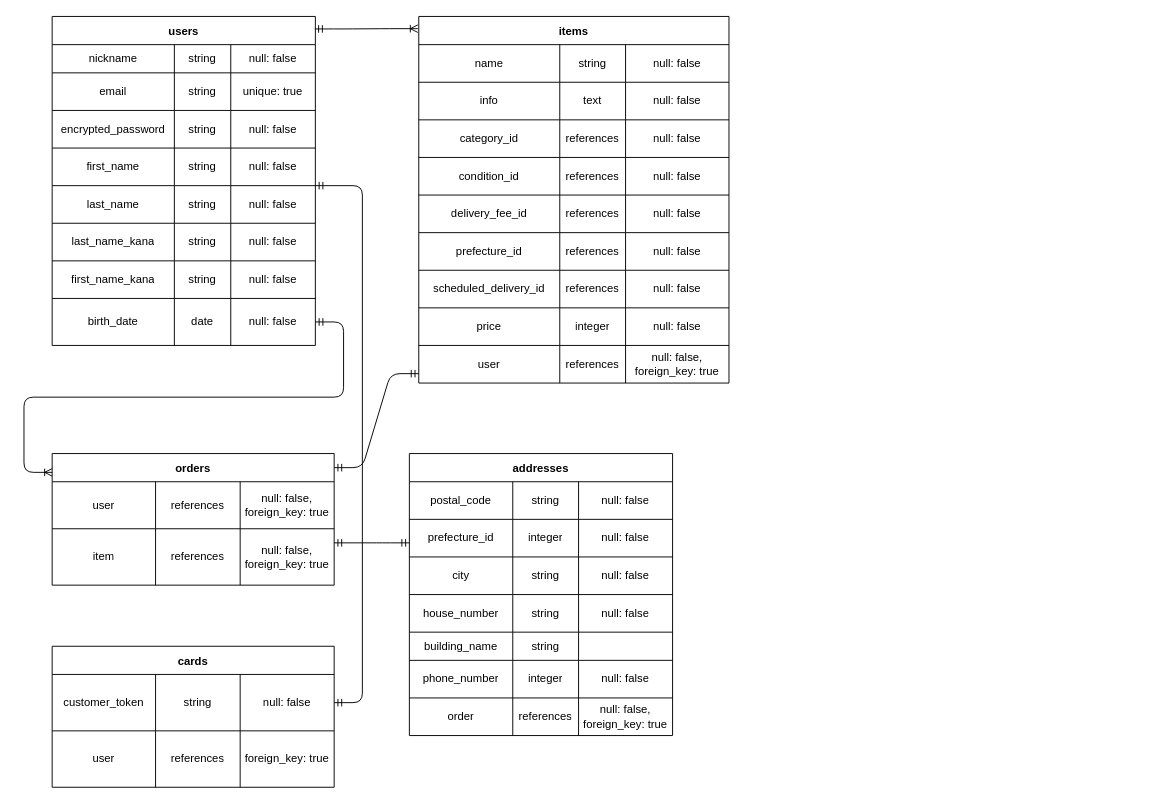
This is furima.dio from shunpikun/furima-36852, a draw.io file, before an edit. Source tidied: cells renumbered, new cells numbered last; positions are measured from the earlier drawing's top-left corner, leaving out a move shared by most shapes. Both pictures are drawn from the tidied source at 94%, with x=0, y=0 at pixel (52, 16).
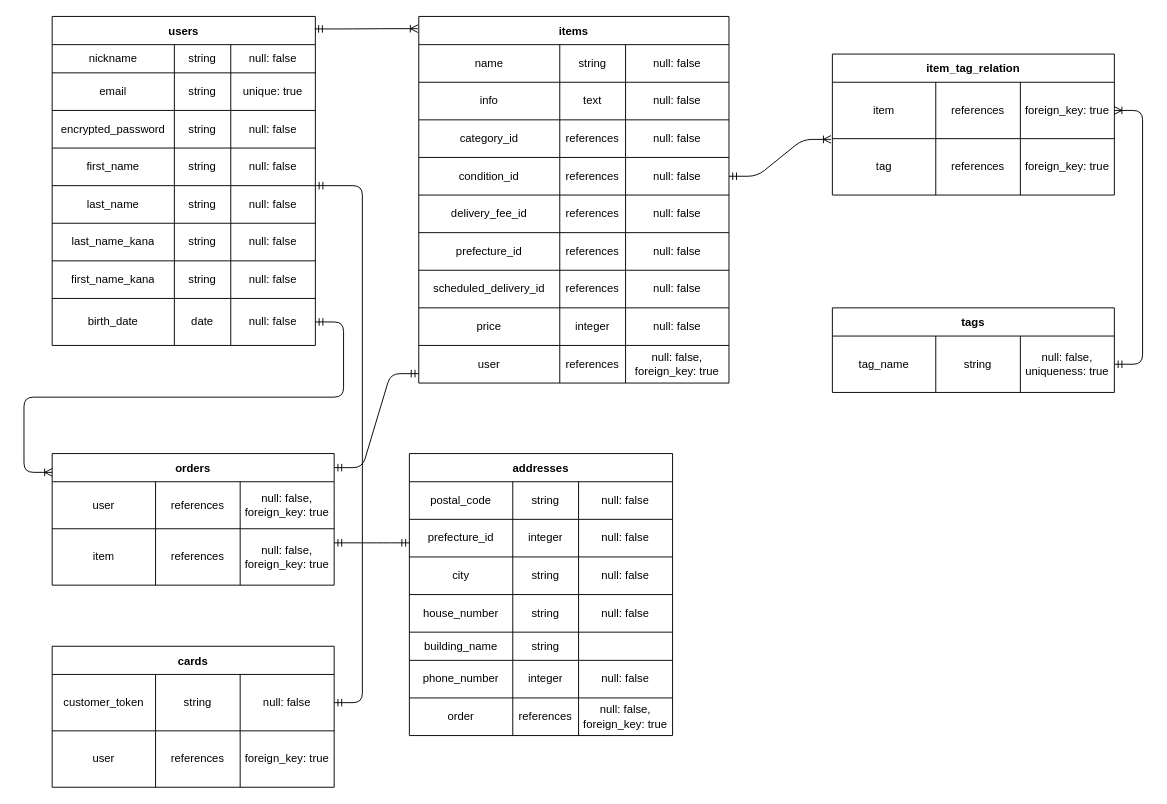
The same page after the edit.

Commit message (it also covers changes not shown here):
テーブル追加

What changed in the source:
```diff
@@
+    <mxCell id="124" value="item_tag_relation" style="shape=table;startSize=30;childLayout=tableLayout;fontStyle=1;align=center;" parent="1" vertex="1">
+      <mxGeometry x="830" y="40" width="300" height="150" as="geometry" />
+    </mxCell>
+    <mxCell id="125" style="shape=partialRectangle;html=1;whiteSpace=wrap;fillColor=none;top=0;left=0;bottom=0;right=0;points=[[0,0.5],[1,0.5]];portConstraint=eastwest;" parent="124" vertex="1">
+      <mxGeometry y="30" width="300" height="60" as="geometry" />
+    </mxCell>
+    <mxCell id="126" value="item" style="shape=partialRectangle;html=1;whiteSpace=wrap;fillColor=none;top=0;left=0;bottom=0;right=0;overflow=hidden;" parent="125" vertex="1">
+      <mxGeometry width="110" height="60" as="geometry" />
+    </mxCell>
+    <mxCell id="127" value="references" style="shape=partialRectangle;html=1;whiteSpace=wrap;fillColor=none;top=0;left=0;bottom=0;right=0;overflow=hidden;" parent="125" vertex="1">
+      <mxGeometry x="110" width="90" height="60" as="geometry" />
+    </mxCell>
+    <mxCell id="128" value="foreign_key: true" style="shape=partialRectangle;html=1;whiteSpace=wrap;fillColor=none;top=0;left=0;bottom=0;right=0;overflow=hidden;" parent="125" vertex="1">
+      <mxGeometry x="200" width="100" height="60" as="geometry" />
+    </mxCell>
+    <mxCell id="129" style="shape=partialRectangle;html=1;whiteSpace=wrap;fillColor=none;top=0;left=0;bottom=0;right=0;points=[[0,0.5],[1,0.5]];portConstraint=eastwest;" parent="124" vertex="1">
+      <mxGeometry y="90" width="300" height="60" as="geometry" />
+    </mxCell>
+    <mxCell id="130" value="tag" style="shape=partialRectangle;html=1;whiteSpace=wrap;fillColor=none;top=0;left=0;bottom=0;right=0;overflow=hidden;" parent="129" vertex="1">
+      <mxGeometry width="110" height="60" as="geometry" />
+    </mxCell>
+    <mxCell id="131" value="references" style="shape=partialRectangle;html=1;whiteSpace=wrap;fillColor=none;top=0;left=0;bottom=0;right=0;overflow=hidden;" parent="129" vertex="1">
+      <mxGeometry x="110" width="90" height="60" as="geometry" />
+    </mxCell>
+    <mxCell id="132" value="foreign_key: true" style="shape=partialRectangle;html=1;whiteSpace=wrap;fillColor=none;top=0;left=0;bottom=0;right=0;overflow=hidden;" parent="129" vertex="1">
+      <mxGeometry x="200" width="100" height="60" as="geometry" />
+    </mxCell>
+    <mxCell id="133" value="tags" style="shape=table;startSize=30;childLayout=tableLayout;fontStyle=1;align=center;" parent="1" vertex="1">
+      <mxGeometry x="830" y="310" width="300" height="90" as="geometry" />
+    </mxCell>
+    <mxCell id="134" style="shape=partialRectangle;html=1;whiteSpace=wrap;fillColor=none;top=0;left=0;bottom=0;right=0;" parent="133" vertex="1">
+      <mxGeometry y="30" width="300" height="60" as="geometry" />
+    </mxCell>
+    <mxCell id="135" value="tag_name" style="shape=partialRectangle;html=1;whiteSpace=wrap;fillColor=none;top=0;left=0;bottom=0;right=0;overflow=hidden;" parent="134" vertex="1">
+      <mxGeometry width="110" height="60" as="geometry" />
+    </mxCell>
+    <mxCell id="136" value="string" style="shape=partialRectangle;html=1;whiteSpace=wrap;fillColor=none;top=0;left=0;bottom=0;right=0;overflow=hidden;" parent="134" vertex="1">
+      <mxGeometry x="110" width="90" height="60" as="geometry" />
+    </mxCell>
+    <mxCell id="137" value="null: false,&lt;br&gt;uniqueness: true" style="shape=partialRectangle;html=1;whiteSpace=wrap;fillColor=none;top=0;left=0;bottom=0;right=0;overflow=hidden;" parent="134" vertex="1">
+      <mxGeometry x="200" width="100" height="60" as="geometry" />
+    </mxCell>
+    <mxCell id="138" style="edgeStyle=entityRelationEdgeStyle;fontSize=12;html=1;endArrow=ERoneToMany;startArrow=ERmandOne;entryX=-0.005;entryY=0.013;entryDx=0;entryDy=0;entryPerimeter=0;" parent="1" edge="1" target="129">
+      <mxGeometry relative="1" as="geometry">
+        <mxPoint x="720" y="170" as="sourcePoint" />
+      </mxGeometry>
+    </mxCell>
+    <mxCell id="139" style="edgeStyle=entityRelationEdgeStyle;fontSize=12;html=1;endArrow=ERoneToMany;startArrow=ERmandOne;" parent="1" edge="1" target="125">
+      <mxGeometry relative="1" as="geometry">
+        <mxPoint x="1130" y="370" as="sourcePoint" />
+      </mxGeometry>
+    </mxCell>
```
